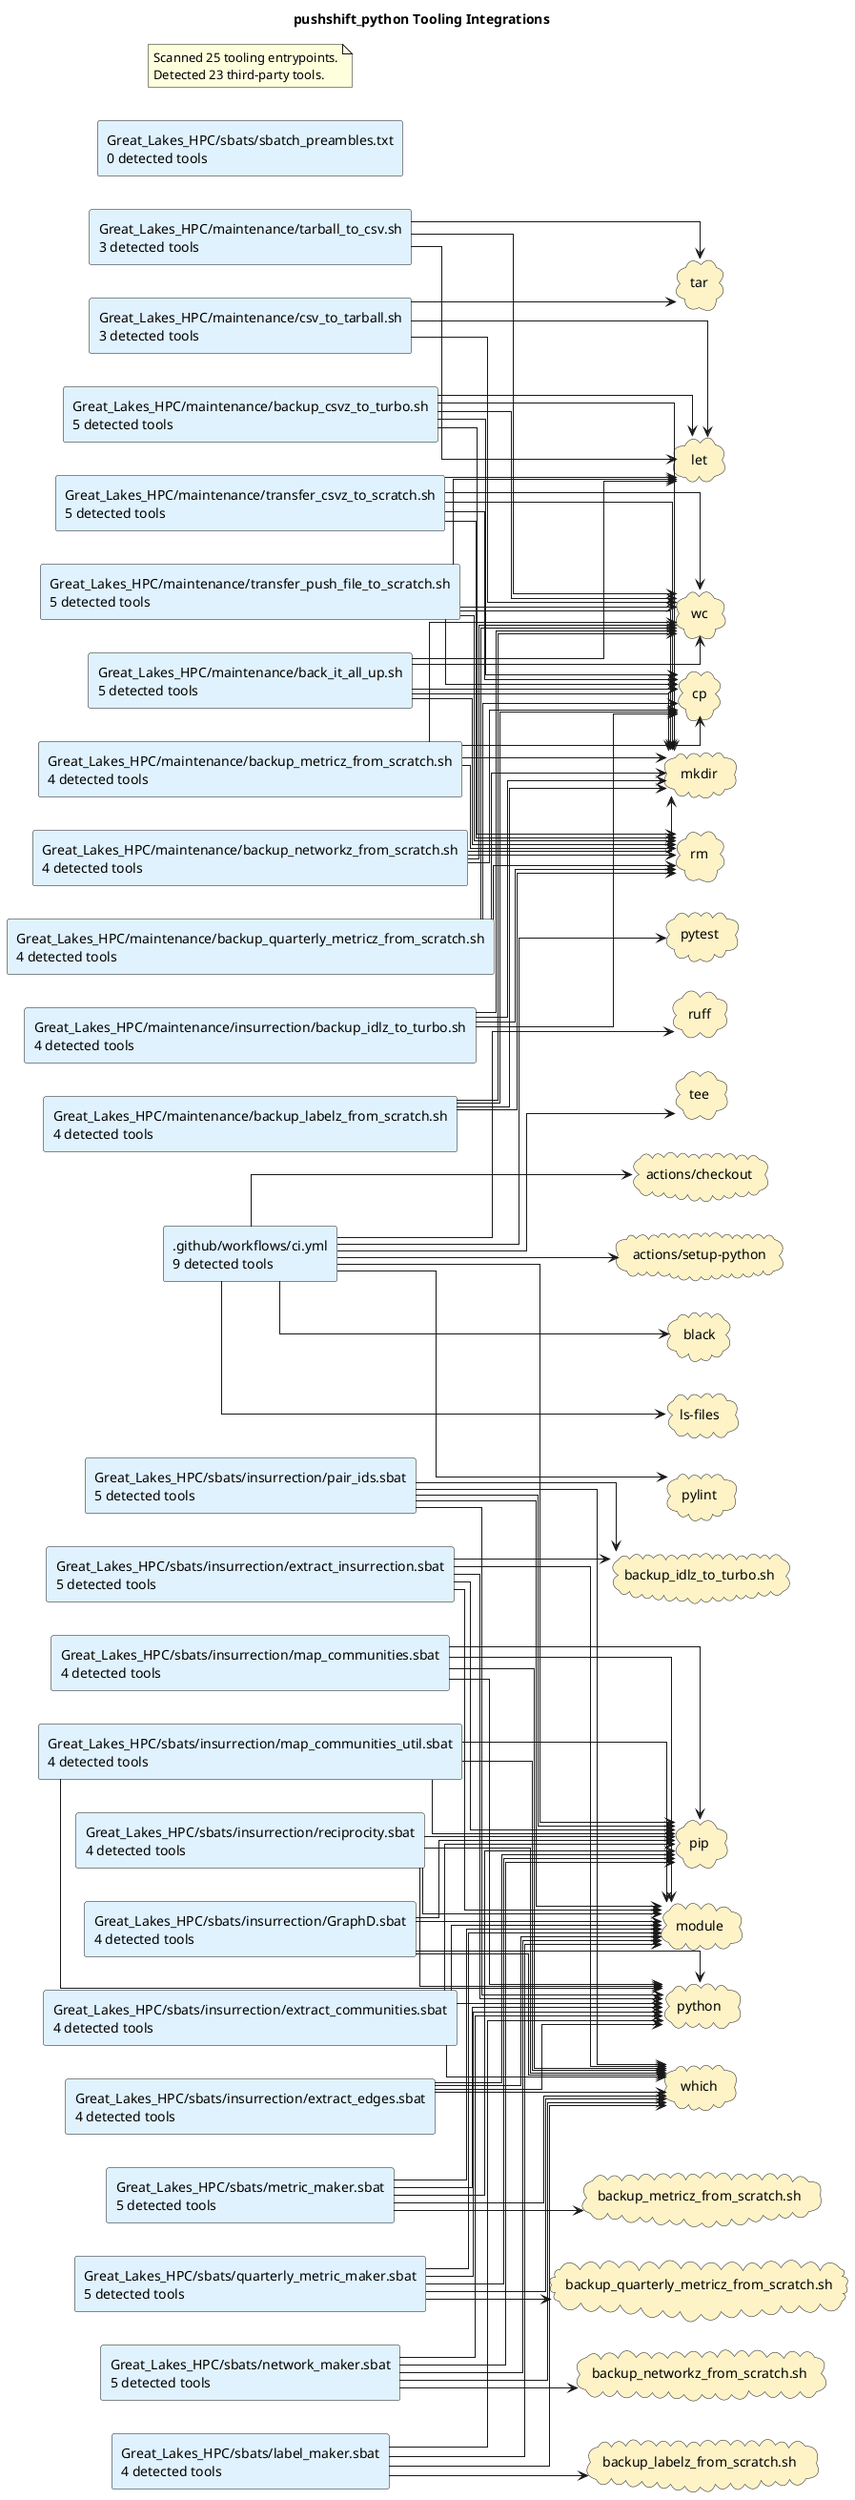
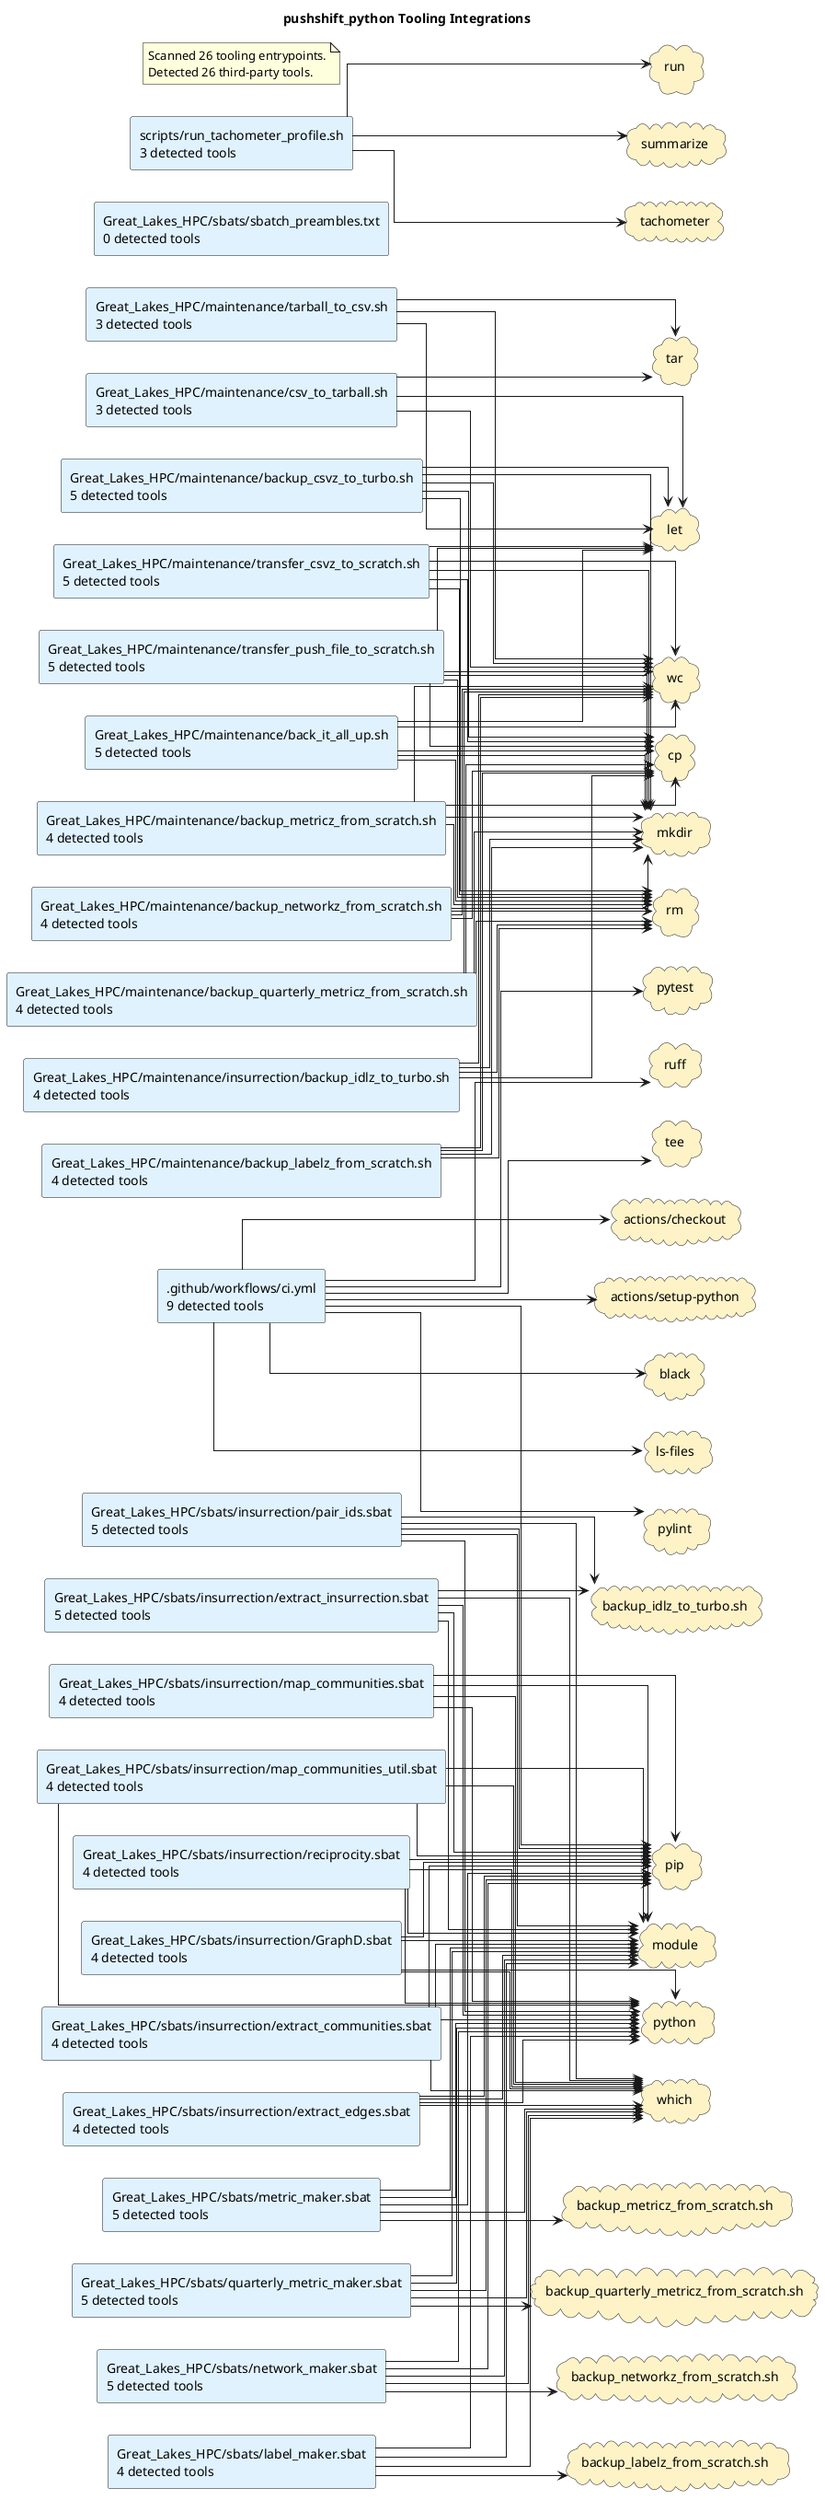
@startuml
title pushshift_python Tooling Integrations
left to right direction
skinparam shadowing false
skinparam defaultFontName Monospace
skinparam componentStyle rectangle
skinparam linetype ortho
rectangle ".github/workflows/ci.yml\n9 detected tools" as source_github_workflows_ci_yml #E0F2FE
rectangle "Great_Lakes_HPC/maintenance/back_it_all_up.sh\n5 detected tools" as source_great_lakes_hpc_maintenance_back_it_all_up_sh #E0F2FE
rectangle "Great_Lakes_HPC/maintenance/backup_csvz_to_turbo.sh\n5 detected tools" as source_great_lakes_hpc_maintenance_backup_csvz_to_turbo_sh #E0F2FE
rectangle "Great_Lakes_HPC/maintenance/backup_labelz_from_scratch.sh\n4 detected tools" as source_great_lakes_hpc_maintenance_backup_labelz_from_scratch_sh #E0F2FE
rectangle "Great_Lakes_HPC/maintenance/backup_metricz_from_scratch.sh\n4 detected tools" as source_great_lakes_hpc_maintenance_backup_metricz_from_scratch_sh #E0F2FE
rectangle "Great_Lakes_HPC/maintenance/backup_networkz_from_scratch.sh\n4 detected tools" as source_great_lakes_hpc_maintenance_backup_networkz_from_scratch_sh #E0F2FE
rectangle "Great_Lakes_HPC/maintenance/backup_quarterly_metricz_from_scratch.sh\n4 detected tools" as source_great_lakes_hpc_maintenance_backup_quarterly_metricz_from_scratch_sh #E0F2FE
rectangle "Great_Lakes_HPC/maintenance/csv_to_tarball.sh\n3 detected tools" as source_great_lakes_hpc_maintenance_csv_to_tarball_sh #E0F2FE
rectangle "Great_Lakes_HPC/maintenance/insurrection/backup_idlz_to_turbo.sh\n4 detected tools" as source_great_lakes_hpc_maintenance_insurrection_backup_idlz_to_turbo_sh #E0F2FE
rectangle "Great_Lakes_HPC/maintenance/tarball_to_csv.sh\n3 detected tools" as source_great_lakes_hpc_maintenance_tarball_to_csv_sh #E0F2FE
rectangle "Great_Lakes_HPC/maintenance/transfer_csvz_to_scratch.sh\n5 detected tools" as source_great_lakes_hpc_maintenance_transfer_csvz_to_scratch_sh #E0F2FE
rectangle "Great_Lakes_HPC/maintenance/transfer_push_file_to_scratch.sh\n5 detected tools" as source_great_lakes_hpc_maintenance_transfer_push_file_to_scratch_sh #E0F2FE
rectangle "Great_Lakes_HPC/sbats/insurrection/GraphD.sbat\n4 detected tools" as source_great_lakes_hpc_sbats_insurrection_graphd_sbat #E0F2FE
rectangle "Great_Lakes_HPC/sbats/insurrection/extract_communities.sbat\n4 detected tools" as source_great_lakes_hpc_sbats_insurrection_extract_communities_sbat #E0F2FE
rectangle "Great_Lakes_HPC/sbats/insurrection/extract_edges.sbat\n4 detected tools" as source_great_lakes_hpc_sbats_insurrection_extract_edges_sbat #E0F2FE
rectangle "Great_Lakes_HPC/sbats/insurrection/extract_insurrection.sbat\n5 detected tools" as source_great_lakes_hpc_sbats_insurrection_extract_insurrection_sbat #E0F2FE
rectangle "Great_Lakes_HPC/sbats/insurrection/map_communities.sbat\n4 detected tools" as source_great_lakes_hpc_sbats_insurrection_map_communities_sbat #E0F2FE
rectangle "Great_Lakes_HPC/sbats/insurrection/map_communities_util.sbat\n4 detected tools" as source_great_lakes_hpc_sbats_insurrection_map_communities_util_sbat #E0F2FE
rectangle "Great_Lakes_HPC/sbats/insurrection/pair_ids.sbat\n5 detected tools" as source_great_lakes_hpc_sbats_insurrection_pair_ids_sbat #E0F2FE
rectangle "Great_Lakes_HPC/sbats/insurrection/reciprocity.sbat\n4 detected tools" as source_great_lakes_hpc_sbats_insurrection_reciprocity_sbat #E0F2FE
rectangle "Great_Lakes_HPC/sbats/label_maker.sbat\n4 detected tools" as source_great_lakes_hpc_sbats_label_maker_sbat #E0F2FE
rectangle "Great_Lakes_HPC/sbats/metric_maker.sbat\n5 detected tools" as source_great_lakes_hpc_sbats_metric_maker_sbat #E0F2FE
rectangle "Great_Lakes_HPC/sbats/network_maker.sbat\n5 detected tools" as source_great_lakes_hpc_sbats_network_maker_sbat #E0F2FE
rectangle "Great_Lakes_HPC/sbats/quarterly_metric_maker.sbat\n5 detected tools" as source_great_lakes_hpc_sbats_quarterly_metric_maker_sbat #E0F2FE
rectangle "Great_Lakes_HPC/sbats/sbatch_preambles.txt\n0 detected tools" as source_great_lakes_hpc_sbats_sbatch_preambles_txt #E0F2FE
+ rectangle "scripts/run_tachometer_profile.sh\n3 detected tools" as source_scripts_run_tachometer_profile_sh #E0F2FE
cloud "actions/checkout" as tool_actions_checkout #FEF3C7
cloud "actions/setup-python" as tool_actions_setup_python #FEF3C7
cloud "backup_idlz_to_turbo.sh" as tool_backup_idlz_to_turbo_sh #FEF3C7
cloud "backup_labelz_from_scratch.sh" as tool_backup_labelz_from_scratch_sh #FEF3C7
cloud "backup_metricz_from_scratch.sh" as tool_backup_metricz_from_scratch_sh #FEF3C7
cloud "backup_networkz_from_scratch.sh" as tool_backup_networkz_from_scratch_sh #FEF3C7
cloud "backup_quarterly_metricz_from_scratch.sh" as tool_backup_quarterly_metricz_from_scratch_sh #FEF3C7
cloud "black" as tool_black #FEF3C7
cloud "cp" as tool_cp #FEF3C7
cloud "let" as tool_let #FEF3C7
cloud "ls-files" as tool_ls_files #FEF3C7
cloud "mkdir" as tool_mkdir #FEF3C7
cloud "module" as tool_module #FEF3C7
cloud "pip" as tool_pip #FEF3C7
cloud "pylint" as tool_pylint #FEF3C7
cloud "pytest" as tool_pytest #FEF3C7
cloud "python" as tool_python #FEF3C7
cloud "rm" as tool_rm #FEF3C7
cloud "ruff" as tool_ruff #FEF3C7
+ cloud "run" as tool_run #FEF3C7
+ cloud "summarize" as tool_summarize #FEF3C7
+ cloud "tachometer" as tool_tachometer #FEF3C7
cloud "tar" as tool_tar #FEF3C7
cloud "tee" as tool_tee #FEF3C7
cloud "wc" as tool_wc #FEF3C7
cloud "which" as tool_which #FEF3C7
source_github_workflows_ci_yml --> tool_actions_checkout
source_github_workflows_ci_yml --> tool_actions_setup_python
source_github_workflows_ci_yml --> tool_black
source_github_workflows_ci_yml --> tool_ls_files
source_github_workflows_ci_yml --> tool_pip
source_github_workflows_ci_yml --> tool_pylint
source_github_workflows_ci_yml --> tool_pytest
source_github_workflows_ci_yml --> tool_ruff
source_github_workflows_ci_yml --> tool_tee
source_great_lakes_hpc_maintenance_back_it_all_up_sh --> tool_cp
source_great_lakes_hpc_maintenance_back_it_all_up_sh --> tool_let
source_great_lakes_hpc_maintenance_back_it_all_up_sh --> tool_mkdir
source_great_lakes_hpc_maintenance_back_it_all_up_sh --> tool_rm
source_great_lakes_hpc_maintenance_back_it_all_up_sh --> tool_wc
source_great_lakes_hpc_maintenance_backup_csvz_to_turbo_sh --> tool_cp
source_great_lakes_hpc_maintenance_backup_csvz_to_turbo_sh --> tool_let
source_great_lakes_hpc_maintenance_backup_csvz_to_turbo_sh --> tool_mkdir
source_great_lakes_hpc_maintenance_backup_csvz_to_turbo_sh --> tool_rm
source_great_lakes_hpc_maintenance_backup_csvz_to_turbo_sh --> tool_wc
source_great_lakes_hpc_maintenance_backup_labelz_from_scratch_sh --> tool_cp
source_great_lakes_hpc_maintenance_backup_labelz_from_scratch_sh --> tool_mkdir
source_great_lakes_hpc_maintenance_backup_labelz_from_scratch_sh --> tool_rm
source_great_lakes_hpc_maintenance_backup_labelz_from_scratch_sh --> tool_wc
source_great_lakes_hpc_maintenance_backup_metricz_from_scratch_sh --> tool_cp
source_great_lakes_hpc_maintenance_backup_metricz_from_scratch_sh --> tool_mkdir
source_great_lakes_hpc_maintenance_backup_metricz_from_scratch_sh --> tool_rm
source_great_lakes_hpc_maintenance_backup_metricz_from_scratch_sh --> tool_wc
source_great_lakes_hpc_maintenance_backup_networkz_from_scratch_sh --> tool_cp
source_great_lakes_hpc_maintenance_backup_networkz_from_scratch_sh --> tool_mkdir
source_great_lakes_hpc_maintenance_backup_networkz_from_scratch_sh --> tool_rm
source_great_lakes_hpc_maintenance_backup_networkz_from_scratch_sh --> tool_wc
source_great_lakes_hpc_maintenance_backup_quarterly_metricz_from_scratch_sh --> tool_cp
source_great_lakes_hpc_maintenance_backup_quarterly_metricz_from_scratch_sh --> tool_mkdir
source_great_lakes_hpc_maintenance_backup_quarterly_metricz_from_scratch_sh --> tool_rm
source_great_lakes_hpc_maintenance_backup_quarterly_metricz_from_scratch_sh --> tool_wc
source_great_lakes_hpc_maintenance_csv_to_tarball_sh --> tool_let
source_great_lakes_hpc_maintenance_csv_to_tarball_sh --> tool_tar
source_great_lakes_hpc_maintenance_csv_to_tarball_sh --> tool_wc
source_great_lakes_hpc_maintenance_insurrection_backup_idlz_to_turbo_sh --> tool_cp
source_great_lakes_hpc_maintenance_insurrection_backup_idlz_to_turbo_sh --> tool_mkdir
source_great_lakes_hpc_maintenance_insurrection_backup_idlz_to_turbo_sh --> tool_rm
source_great_lakes_hpc_maintenance_insurrection_backup_idlz_to_turbo_sh --> tool_wc
source_great_lakes_hpc_maintenance_tarball_to_csv_sh --> tool_let
source_great_lakes_hpc_maintenance_tarball_to_csv_sh --> tool_tar
source_great_lakes_hpc_maintenance_tarball_to_csv_sh --> tool_wc
source_great_lakes_hpc_maintenance_transfer_csvz_to_scratch_sh --> tool_cp
source_great_lakes_hpc_maintenance_transfer_csvz_to_scratch_sh --> tool_let
source_great_lakes_hpc_maintenance_transfer_csvz_to_scratch_sh --> tool_mkdir
source_great_lakes_hpc_maintenance_transfer_csvz_to_scratch_sh --> tool_rm
source_great_lakes_hpc_maintenance_transfer_csvz_to_scratch_sh --> tool_wc
source_great_lakes_hpc_maintenance_transfer_push_file_to_scratch_sh --> tool_cp
source_great_lakes_hpc_maintenance_transfer_push_file_to_scratch_sh --> tool_let
source_great_lakes_hpc_maintenance_transfer_push_file_to_scratch_sh --> tool_mkdir
source_great_lakes_hpc_maintenance_transfer_push_file_to_scratch_sh --> tool_rm
source_great_lakes_hpc_maintenance_transfer_push_file_to_scratch_sh --> tool_wc
source_great_lakes_hpc_sbats_insurrection_graphd_sbat --> tool_module
source_great_lakes_hpc_sbats_insurrection_graphd_sbat --> tool_pip
source_great_lakes_hpc_sbats_insurrection_graphd_sbat --> tool_python
source_great_lakes_hpc_sbats_insurrection_graphd_sbat --> tool_which
source_great_lakes_hpc_sbats_insurrection_extract_communities_sbat --> tool_module
source_great_lakes_hpc_sbats_insurrection_extract_communities_sbat --> tool_pip
source_great_lakes_hpc_sbats_insurrection_extract_communities_sbat --> tool_python
source_great_lakes_hpc_sbats_insurrection_extract_communities_sbat --> tool_which
source_great_lakes_hpc_sbats_insurrection_extract_edges_sbat --> tool_module
source_great_lakes_hpc_sbats_insurrection_extract_edges_sbat --> tool_pip
source_great_lakes_hpc_sbats_insurrection_extract_edges_sbat --> tool_python
source_great_lakes_hpc_sbats_insurrection_extract_edges_sbat --> tool_which
source_great_lakes_hpc_sbats_insurrection_extract_insurrection_sbat --> tool_backup_idlz_to_turbo_sh
source_great_lakes_hpc_sbats_insurrection_extract_insurrection_sbat --> tool_module
source_great_lakes_hpc_sbats_insurrection_extract_insurrection_sbat --> tool_pip
source_great_lakes_hpc_sbats_insurrection_extract_insurrection_sbat --> tool_python
source_great_lakes_hpc_sbats_insurrection_extract_insurrection_sbat --> tool_which
source_great_lakes_hpc_sbats_insurrection_map_communities_sbat --> tool_module
source_great_lakes_hpc_sbats_insurrection_map_communities_sbat --> tool_pip
source_great_lakes_hpc_sbats_insurrection_map_communities_sbat --> tool_python
source_great_lakes_hpc_sbats_insurrection_map_communities_sbat --> tool_which
source_great_lakes_hpc_sbats_insurrection_map_communities_util_sbat --> tool_module
source_great_lakes_hpc_sbats_insurrection_map_communities_util_sbat --> tool_pip
source_great_lakes_hpc_sbats_insurrection_map_communities_util_sbat --> tool_python
source_great_lakes_hpc_sbats_insurrection_map_communities_util_sbat --> tool_which
source_great_lakes_hpc_sbats_insurrection_pair_ids_sbat --> tool_backup_idlz_to_turbo_sh
source_great_lakes_hpc_sbats_insurrection_pair_ids_sbat --> tool_module
source_great_lakes_hpc_sbats_insurrection_pair_ids_sbat --> tool_pip
source_great_lakes_hpc_sbats_insurrection_pair_ids_sbat --> tool_python
source_great_lakes_hpc_sbats_insurrection_pair_ids_sbat --> tool_which
source_great_lakes_hpc_sbats_insurrection_reciprocity_sbat --> tool_module
source_great_lakes_hpc_sbats_insurrection_reciprocity_sbat --> tool_pip
source_great_lakes_hpc_sbats_insurrection_reciprocity_sbat --> tool_python
source_great_lakes_hpc_sbats_insurrection_reciprocity_sbat --> tool_which
source_great_lakes_hpc_sbats_label_maker_sbat --> tool_backup_labelz_from_scratch_sh
source_great_lakes_hpc_sbats_label_maker_sbat --> tool_module
source_great_lakes_hpc_sbats_label_maker_sbat --> tool_python
source_great_lakes_hpc_sbats_label_maker_sbat --> tool_which
source_great_lakes_hpc_sbats_metric_maker_sbat --> tool_backup_metricz_from_scratch_sh
source_great_lakes_hpc_sbats_metric_maker_sbat --> tool_module
source_great_lakes_hpc_sbats_metric_maker_sbat --> tool_pip
source_great_lakes_hpc_sbats_metric_maker_sbat --> tool_python
source_great_lakes_hpc_sbats_metric_maker_sbat --> tool_which
source_great_lakes_hpc_sbats_network_maker_sbat --> tool_backup_networkz_from_scratch_sh
source_great_lakes_hpc_sbats_network_maker_sbat --> tool_module
source_great_lakes_hpc_sbats_network_maker_sbat --> tool_pip
source_great_lakes_hpc_sbats_network_maker_sbat --> tool_python
source_great_lakes_hpc_sbats_network_maker_sbat --> tool_which
source_great_lakes_hpc_sbats_quarterly_metric_maker_sbat --> tool_backup_quarterly_metricz_from_scratch_sh
source_great_lakes_hpc_sbats_quarterly_metric_maker_sbat --> tool_module
source_great_lakes_hpc_sbats_quarterly_metric_maker_sbat --> tool_pip
source_great_lakes_hpc_sbats_quarterly_metric_maker_sbat --> tool_python
source_great_lakes_hpc_sbats_quarterly_metric_maker_sbat --> tool_which
+ source_scripts_run_tachometer_profile_sh --> tool_run
+ source_scripts_run_tachometer_profile_sh --> tool_summarize
+ source_scripts_run_tachometer_profile_sh --> tool_tachometer
note as toolingGraphSummary
- Scanned 25 tooling entrypoints.
- Detected 23 third-party tools.
+ Scanned 26 tooling entrypoints.
+ Detected 26 third-party tools.
end note
@enduml
